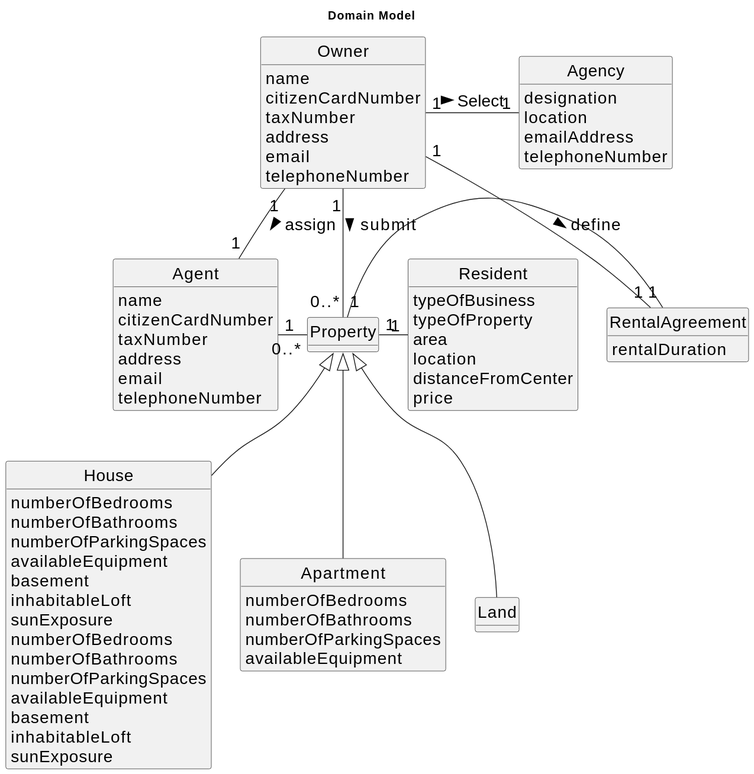
Before: docs/sprintB/us004/02.analysis/svg/us004-domain-model.svg, a diagram exported from PlantUML (Goncalves2525/real-estate-management-system).
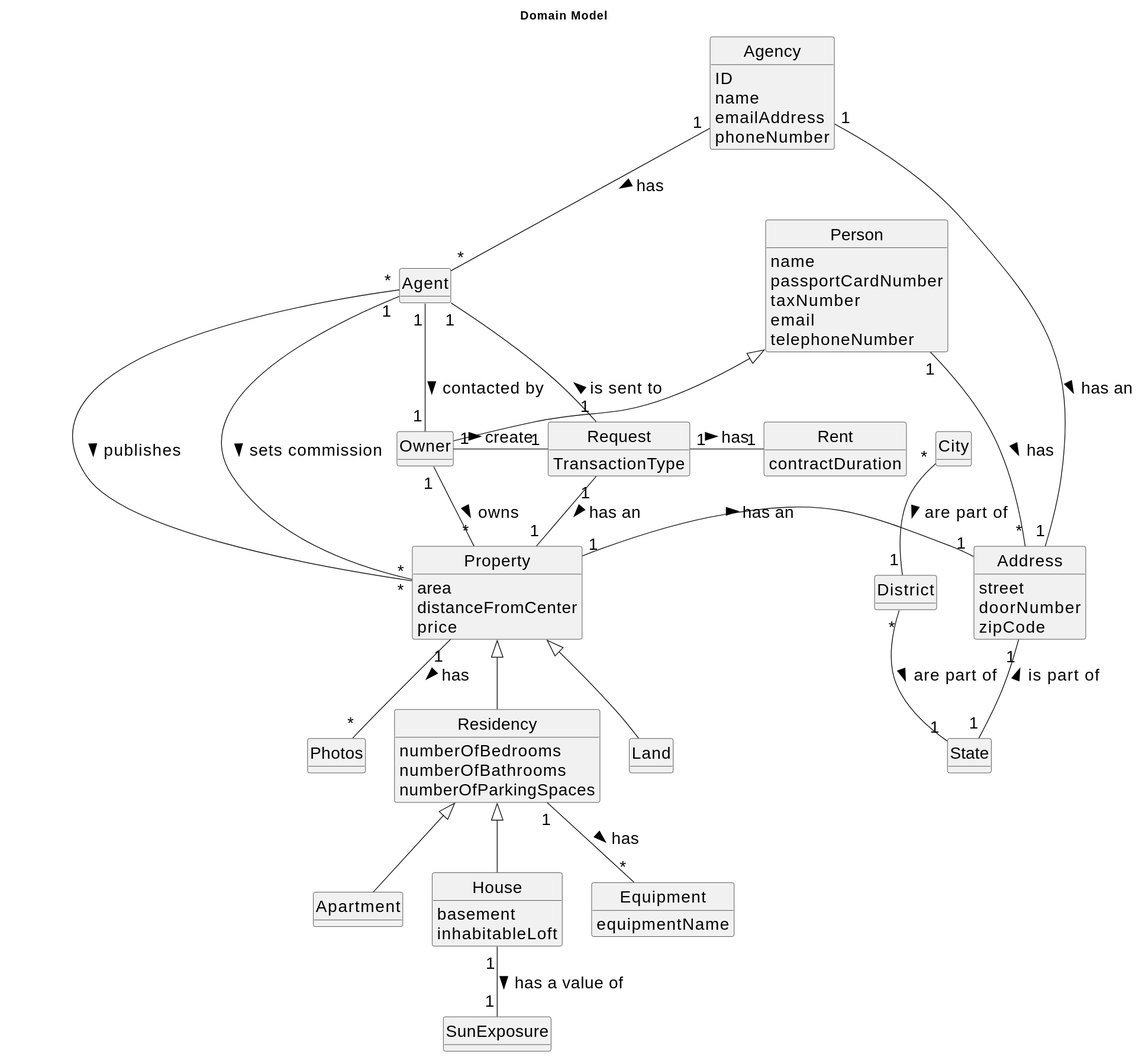
After the commit.

What changed in the source:
```diff
@@ -9,80 +9,101 @@
 
 title Domain Model
 
-class Owner {
+class Owner extends Person {
+}
+
+
+class Agent {
+}
+
+class Person{
     name
-    citizenCardNumber
+    passportCardNumber
     taxNumber
-    address
     email
     telephoneNumber
 }
 
 class Agency{
-    designation
-    location
+    ID
+    name
     emailAddress
-    telephoneNumber
-    }
-
-class Agent {
-    name
-    citizenCardNumber
-    taxNumber
-    address
-    email
-    telephoneNumber
+    phoneNumber
 }
 
-class Resident{
-    typeOfBusiness
-    typeOfProperty
-     area
-     location
-     distanceFromCenter
-      price
+class Property{
+    area
+    distanceFromCenter
+    price
 }
-class House{
+
+class Photos {
+}
+
+class Rent {
+    contractDuration
+}
+
+class Address{
+    street
+    doorNumber
+    zipCode
+}
+
+class City{
+}
+
+class District{
+}
+
+class State{
+}
+
+class Apartment extends Residency{
+}
+
+class House extends Residency{
+    basement
+    inhabitableLoft
+}
+
+class Residency extends Property{
     numberOfBedrooms
     numberOfBathrooms
     numberOfParkingSpaces
-    availableEquipment
-    basement
-    inhabitableLoft
-    sunExposure
+
 }
 
-class Apartment{
-    numberOfBedrooms
-    numberOfBathrooms
-    numberOfParkingSpaces
-    availableEquipment
+class Land extends Property{
 }
 
-class House{
-    numberOfBedrooms
-    numberOfBathrooms
-    numberOfParkingSpaces
-    availableEquipment
-    basement
-    inhabitableLoft
-    sunExposure
+class Equipment{
+    equipmentName
 }
 
-class Land{
+class SunExposure{
+}
 
+class Request{
+TransactionType
 }
-class RentalAgreement{
-    rentalDuration
-}
-Owner "1" - "1" Agency : Select >
-Owner "1" - "0..*" Property: submit >
-Owner "1" -- "1" Agent:assign >
-Agent "1" - "0..*" Property
-Property "1"-"1" RentalAgreement
-Property "1"-"1" Resident
-Owner "1" -"1" RentalAgreement:define >
-Property <|-- House
-Property <|-- Apartment
-Property <|-- Land
+
+Agency "1" -- "*" Agent: has >
+Agent "1" -- "1" Owner : contacted by >
+Agent "*" - "*" Property: publishes >
+Agent "1" - "*" Property: sets commission >
+Owner "1" - "*" Property: owns >
+Owner "1" - "1" Request: create >
+Request "1" -- "1" Property: has an >
+Request "1" -- "1" Agent: is sent to >
+Request "1" - "1" Rent: has >
+Address "1" -- "1" State : is part of <
+City "*" -- "1" District : are part of >
+District "*" -- "1" State : are part of >
+Property "1" -- "*" Photos: has >
+Residency "1" -- "*" Equipment: has >
+Person "1" -- "*" Address: has >
+Property "1" - "1" Address: has an >
+House "1" -- "1" SunExposure: has a value of >
+Agency "1" -- "1" Address: has an >
 @enduml
```
